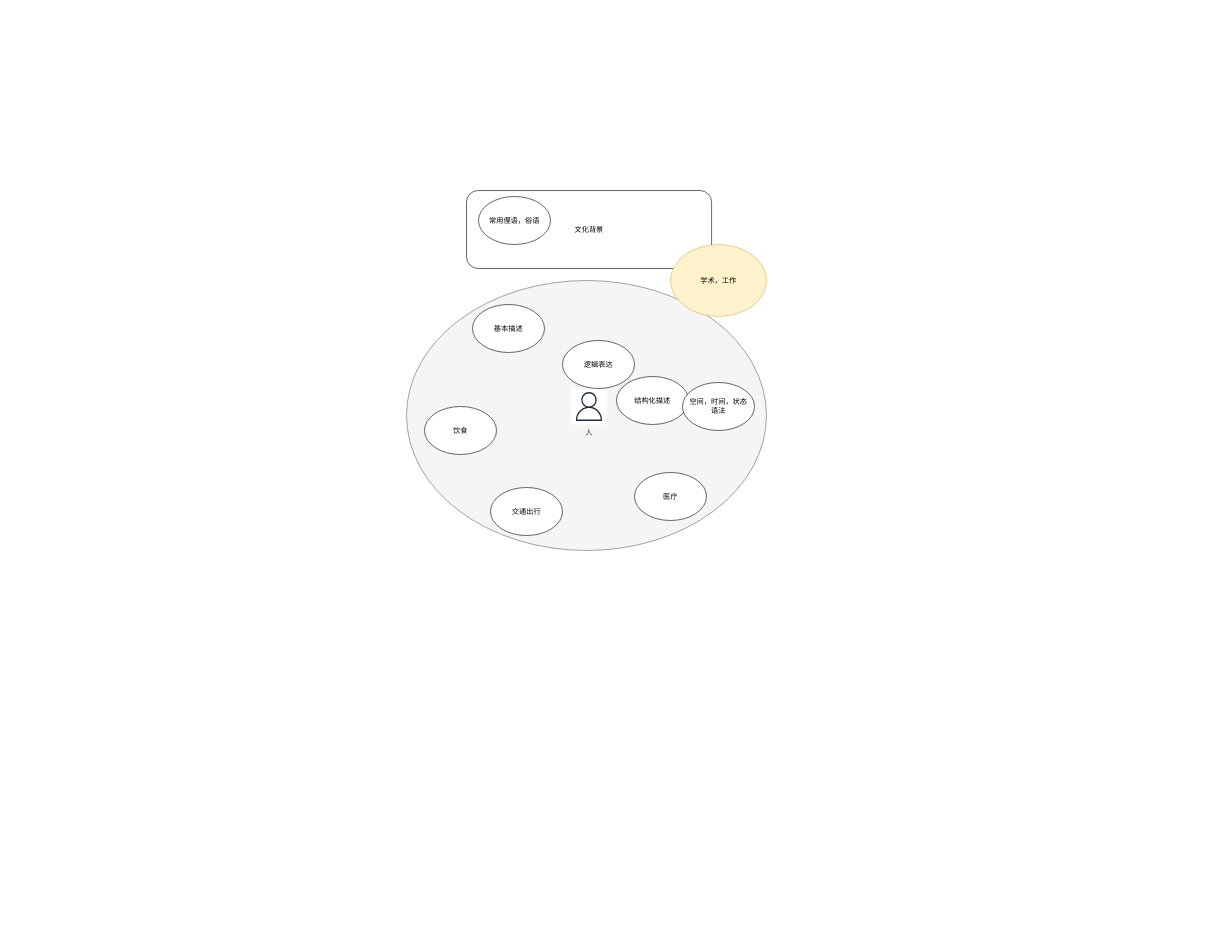
This is 英语学习方法.drawio from Amos-Pan-lei/diagram-repo, a draw.io file, before an edit. Source tidied: cells renumbered, new cells numbered last; positions are measured from the earlier drawing's top-left corner, leaving out a move shared by most shapes. Both pictures are drawn from the tidied source at 60%, with x=0, y=0 at pixel (406, 190).
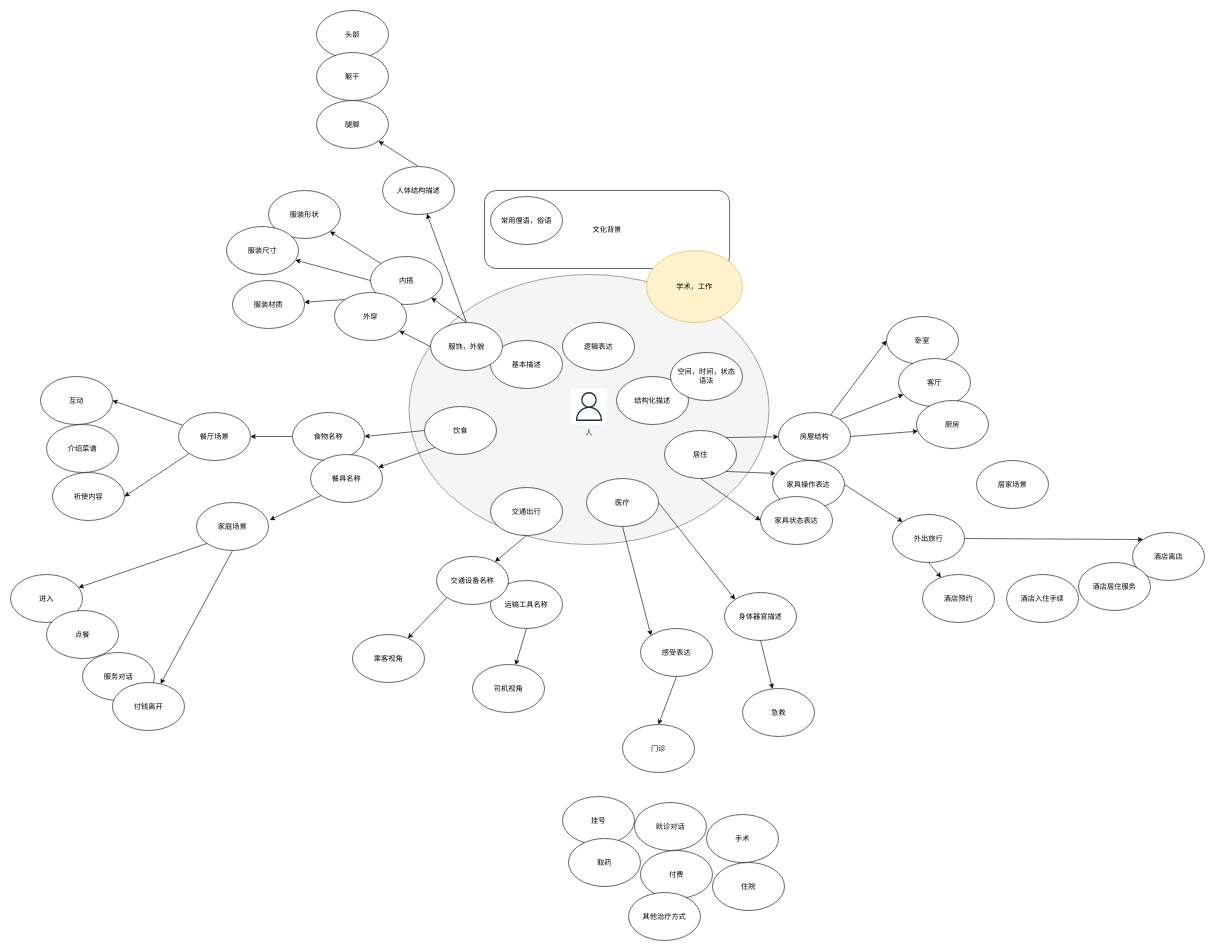
The same diagram, later.

Commit message:
更新英语学习方法.drawio

Unchanged cells that the change refers to:
```xml
<mxCell id="6" value="饮食" style="ellipse;whiteSpace=wrap;html=1;" parent="1" vertex="1">
  <mxGeometry x="30" y="360" width="120" height="80" as="geometry" />
</mxCell>
<mxCell id="7" value="交通出行" style="ellipse;whiteSpace=wrap;html=1;" parent="1" vertex="1">
  <mxGeometry x="140" y="495" width="120" height="80" as="geometry" />
</mxCell>
```

What changed in the source:
```diff
@@
     <mxCell id="2" style="ellipse;whiteSpace=wrap;html=1;fillColor=#f5f5f5;fontColor=#333333;strokeColor=#666666;" parent="1" vertex="1">
-      <mxGeometry y="150" width="600" height="450" as="geometry" />
+      <mxGeometry x="4.2" y="140" width="600" height="450" as="geometry" />
     </mxCell>
     <mxCell id="3" value="文化背景" style="rounded=1;whiteSpace=wrap;html=1;" parent="1" vertex="1">
-      <mxGeometry x="100" width="408.5" height="130" as="geometry" />
+      <mxGeometry x="130" width="408.5" height="130" as="geometry" />
     </mxCell>
@@
     <mxCell id="5" value="基本描述" style="ellipse;whiteSpace=wrap;html=1;" parent="1" vertex="1">
-      <mxGeometry x="110" y="190" width="120" height="80" as="geometry" />
+      <mxGeometry x="140" y="250" width="120" height="80" as="geometry" />
     </mxCell>
+    <mxCell id="14" style="edgeStyle=none;rounded=0;jettySize=auto;html=1;exitX=0;exitY=0.5;exitDx=0;exitDy=0;entryX=1;entryY=0.5;entryDx=0;entryDy=0;" parent="1" edge="1" source="6" target="31">
+      <mxGeometry relative="1" as="geometry" />
+    </mxCell>
+    <mxCell id="15" style="edgeStyle=none;rounded=0;jettySize=auto;html=1;exitX=0;exitY=1;exitDx=0;exitDy=0;" parent="1" edge="1" source="6" target="35">
+      <mxGeometry relative="1" as="geometry" />
+    </mxCell>
@@
+    <mxCell id="16" style="edgeStyle=none;rounded=0;jettySize=auto;html=1;exitX=0.5;exitY=1;exitDx=0;exitDy=0;" parent="1" edge="1" source="7" target="37">
+      <mxGeometry relative="1" as="geometry" />
+    </mxCell>
@@
+    <mxCell id="17" style="edgeStyle=none;rounded=0;jettySize=auto;html=1;exitX=0.5;exitY=1;exitDx=0;exitDy=0;entryX=0;entryY=0;entryDx=0;entryDy=0;" parent="1" edge="1" source="8" target="22">
+      <mxGeometry relative="1" as="geometry" />
+    </mxCell>
+    <mxCell id="18" style="edgeStyle=none;rounded=0;jettySize=auto;html=1;exitX=1;exitY=0.5;exitDx=0;exitDy=0;entryX=0;entryY=0;entryDx=0;entryDy=0;" parent="1" edge="1" source="8" target="20">
+      <mxGeometry relative="1" as="geometry" />
+    </mxCell>
     <mxCell id="8" value="医疗" style="ellipse;whiteSpace=wrap;html=1;" parent="1" vertex="1">
-      <mxGeometry x="380" y="470" width="120" height="80" as="geometry" />
+      <mxGeometry x="300" y="480" width="120" height="80" as="geometry" />
     </mxCell>
@@
     <mxCell id="10" value="逻辑表达" style="ellipse;whiteSpace=wrap;html=1;" parent="1" vertex="1">
-      <mxGeometry x="260" y="250" width="120" height="80" as="geometry" />
+      <mxGeometry x="260" y="220" width="120" height="80" as="geometry" />
     </mxCell>
     <mxCell id="11" value="常用俚语，俗语" style="ellipse;whiteSpace=wrap;html=1;" parent="1" vertex="1">
-      <mxGeometry x="120" y="10" width="120" height="80" as="geometry" />
+      <mxGeometry x="140" y="10" width="120" height="80" as="geometry" />
     </mxCell>
     <mxCell id="12" value="学术，工作" style="ellipse;whiteSpace=wrap;html=1;fillColor=#fff2cc;strokeColor=#d6b656;" parent="1" vertex="1">
-      <mxGeometry x="440" y="90" width="160" height="120" as="geometry" />
+      <mxGeometry x="400" y="100" width="160" height="120" as="geometry" />
     </mxCell>
     <mxCell id="13" value="空间，时间，状态&lt;br&gt;语法" style="ellipse;whiteSpace=wrap;html=1;" parent="1" vertex="1">
-      <mxGeometry x="460" y="320" width="120" height="80" as="geometry" />
+      <mxGeometry x="440" y="270" width="120" height="80" as="geometry" />
     </mxCell>
+    <mxCell id="19" style="edgeStyle=none;rounded=0;jettySize=auto;html=1;exitX=0.5;exitY=1;exitDx=0;exitDy=0;" parent="1" edge="1" source="20" target="83">
+      <mxGeometry relative="1" as="geometry" />
+    </mxCell>
+    <mxCell id="20" value="身体器官描述" style="ellipse;whiteSpace=wrap;html=1;" parent="1" vertex="1">
+      <mxGeometry x="530" y="670" width="120" height="80" as="geometry" />
+    </mxCell>
+    <mxCell id="21" style="edgeStyle=none;rounded=0;jettySize=auto;html=1;exitX=0.5;exitY=1;exitDx=0;exitDy=0;entryX=0.5;entryY=0;entryDx=0;entryDy=0;" parent="1" edge="1" source="22" target="82">
+      <mxGeometry relative="1" as="geometry" />
+    </mxCell>
+    <mxCell id="22" value="感受表达" style="ellipse;whiteSpace=wrap;html=1;" parent="1" vertex="1">
+      <mxGeometry x="390" y="730" width="120" height="80" as="geometry" />
+    </mxCell>
+    <mxCell id="23" style="edgeStyle=none;rounded=0;jettySize=auto;html=1;exitX=0.5;exitY=1;exitDx=0;exitDy=0;" parent="1" edge="1" source="24" target="26">
+      <mxGeometry relative="1" as="geometry" />
+    </mxCell>
+    <mxCell id="24" value="运输工具名称" style="ellipse;whiteSpace=wrap;html=1;" parent="1" vertex="1">
+      <mxGeometry x="140" y="650" width="120" height="80" as="geometry" />
+    </mxCell>
+    <mxCell id="25" value="乘客视角" style="ellipse;whiteSpace=wrap;html=1;" parent="1" vertex="1">
+      <mxGeometry x="-90" y="740" width="120" height="80" as="geometry" />
+    </mxCell>
+    <mxCell id="26" value="司机视角" style="ellipse;whiteSpace=wrap;html=1;" parent="1" vertex="1">
+      <mxGeometry x="110" y="790" width="120" height="80" as="geometry" />
+    </mxCell>
+    <mxCell id="27" style="edgeStyle=none;rounded=0;jettySize=auto;html=1;entryX=1;entryY=0.5;entryDx=0;entryDy=0;" parent="1" edge="1" source="29" target="61">
+      <mxGeometry relative="1" as="geometry" />
+    </mxCell>
+    <mxCell id="28" style="edgeStyle=none;rounded=0;jettySize=auto;html=1;exitX=0;exitY=1;exitDx=0;exitDy=0;entryX=1;entryY=0.5;entryDx=0;entryDy=0;" parent="1" edge="1" source="29" target="63">
+      <mxGeometry relative="1" as="geometry" />
+    </mxCell>
+    <mxCell id="29" value="餐厅场景" style="ellipse;whiteSpace=wrap;html=1;" parent="1" vertex="1">
+      <mxGeometry x="-380" y="370" width="120" height="80" as="geometry" />
+    </mxCell>
+    <mxCell id="30" style="edgeStyle=none;rounded=0;jettySize=auto;html=1;exitX=0;exitY=0.5;exitDx=0;exitDy=0;" parent="1" edge="1" source="31" target="29">
+      <mxGeometry relative="1" as="geometry" />
+    </mxCell>
+    <mxCell id="31" value="食物名称" style="ellipse;whiteSpace=wrap;html=1;" parent="1" vertex="1">
+      <mxGeometry x="-190" y="370" width="120" height="80" as="geometry" />
+    </mxCell>
+    <mxCell id="32" style="edgeStyle=none;rounded=0;jettySize=auto;html=1;exitX=0;exitY=1;exitDx=0;exitDy=0;" parent="1" edge="1" source="34" target="57">
+      <mxGeometry relative="1" as="geometry" />
+    </mxCell>
+    <mxCell id="33" style="edgeStyle=none;rounded=0;jettySize=auto;html=1;exitX=0.5;exitY=1;exitDx=0;exitDy=0;" parent="1" edge="1" source="34" target="60">
+      <mxGeometry relative="1" as="geometry" />
+    </mxCell>
+    <mxCell id="34" value="家庭场景" style="ellipse;whiteSpace=wrap;html=1;" parent="1" vertex="1">
+      <mxGeometry x="-350" y="520" width="120" height="80" as="geometry" />
+    </mxCell>
+    <mxCell id="35" value="餐具名称" style="ellipse;whiteSpace=wrap;html=1;" parent="1" vertex="1">
+      <mxGeometry x="-160" y="440" width="120" height="80" as="geometry" />
+    </mxCell>
+    <mxCell id="36" style="edgeStyle=none;rounded=0;jettySize=auto;html=1;exitX=0;exitY=1;exitDx=0;exitDy=0;" parent="1" edge="1" source="37" target="25">
+      <mxGeometry relative="1" as="geometry" />
+    </mxCell>
+    <mxCell id="37" value="交通设备名称" style="ellipse;whiteSpace=wrap;html=1;" parent="1" vertex="1">
+      <mxGeometry x="50" y="610" width="120" height="80" as="geometry" />
+    </mxCell>
+    <mxCell id="38" style="edgeStyle=none;rounded=0;orthogonalLoop=1;jettySize=auto;html=1;exitX=1;exitY=1;exitDx=0;exitDy=0;" parent="1" edge="1" source="24" target="24">
+      <mxGeometry relative="1" as="geometry" />
+    </mxCell>
+    <mxCell id="39" style="edgeStyle=none;rounded=0;jettySize=auto;html=1;exitX=0.5;exitY=0;exitDx=0;exitDy=0;" parent="1" edge="1" source="42" target="44">
+      <mxGeometry relative="1" as="geometry" />
+    </mxCell>
+    <mxCell id="40" style="edgeStyle=none;rounded=0;jettySize=auto;html=1;exitX=0;exitY=0.5;exitDx=0;exitDy=0;" parent="1" edge="1" source="42" target="46">
+      <mxGeometry relative="1" as="geometry" />
+    </mxCell>
+    <mxCell id="41" style="edgeStyle=none;rounded=0;jettySize=auto;html=1;exitX=0.5;exitY=0;exitDx=0;exitDy=0;" parent="1" edge="1" source="42" target="52">
+      <mxGeometry relative="1" as="geometry" />
+    </mxCell>
+    <mxCell id="42" value="服饰，外貌" style="ellipse;whiteSpace=wrap;html=1;" parent="1" vertex="1">
+      <mxGeometry x="40" y="220" width="120" height="80" as="geometry" />
+    </mxCell>
+    <mxCell id="43" style="edgeStyle=none;rounded=0;jettySize=auto;html=1;exitX=0;exitY=0;exitDx=0;exitDy=0;entryX=1;entryY=1;entryDx=0;entryDy=0;" parent="1" edge="1" source="44" target="47">
+      <mxGeometry relative="1" as="geometry" />
+    </mxCell>
+    <mxCell id="44" value="内搭" style="ellipse;whiteSpace=wrap;html=1;" parent="1" vertex="1">
+      <mxGeometry x="-60" y="110" width="120" height="80" as="geometry" />
+    </mxCell>
+    <mxCell id="45" style="edgeStyle=none;rounded=0;jettySize=auto;html=1;exitX=0;exitY=0;exitDx=0;exitDy=0;" parent="1" edge="1" source="46" target="48">
+      <mxGeometry relative="1" as="geometry" />
+    </mxCell>
+    <mxCell id="46" value="外穿" style="ellipse;whiteSpace=wrap;html=1;" parent="1" vertex="1">
+      <mxGeometry x="-120" y="170" width="120" height="80" as="geometry" />
+    </mxCell>
+    <mxCell id="47" value="服装形状" style="ellipse;whiteSpace=wrap;html=1;" parent="1" vertex="1">
+      <mxGeometry x="-230" width="120" height="80" as="geometry" />
+    </mxCell>
+    <mxCell id="48" value="服装材质" style="ellipse;whiteSpace=wrap;html=1;" parent="1" vertex="1">
+      <mxGeometry x="-290" y="150" width="120" height="80" as="geometry" />
+    </mxCell>
+    <mxCell id="49" value="服装尺寸" style="ellipse;whiteSpace=wrap;html=1;" parent="1" vertex="1">
+      <mxGeometry x="-300" y="60" width="120" height="80" as="geometry" />
+    </mxCell>
+    <mxCell id="50" style="edgeStyle=none;rounded=0;jettySize=auto;html=1;exitX=0;exitY=0.5;exitDx=0;exitDy=0;entryX=0.955;entryY=0.698;entryDx=0;entryDy=0;entryPerimeter=0;" parent="1" edge="1" source="44" target="49">
+      <mxGeometry relative="1" as="geometry" />
+    </mxCell>
+    <mxCell id="51" style="edgeStyle=none;rounded=0;jettySize=auto;html=1;exitX=0.5;exitY=0;exitDx=0;exitDy=0;" parent="1" edge="1" source="52" target="55">
+      <mxGeometry relative="1" as="geometry" />
+    </mxCell>
+    <mxCell id="52" value="人体结构描述" style="ellipse;whiteSpace=wrap;html=1;" parent="1" vertex="1">
+      <mxGeometry x="-40" y="-40" width="120" height="80" as="geometry" />
+    </mxCell>
+    <mxCell id="53" value="头部" style="ellipse;whiteSpace=wrap;html=1;" parent="1" vertex="1">
+      <mxGeometry x="-150" y="-300" width="120" height="80" as="geometry" />
+    </mxCell>
+    <mxCell id="54" value="躯干" style="ellipse;whiteSpace=wrap;html=1;" parent="1" vertex="1">
+      <mxGeometry x="-150" y="-230" width="120" height="80" as="geometry" />
+    </mxCell>
+    <mxCell id="55" value="腿脚" style="ellipse;whiteSpace=wrap;html=1;" parent="1" vertex="1">
+      <mxGeometry x="-150" y="-150" width="120" height="80" as="geometry" />
+    </mxCell>
+    <mxCell id="56" style="edgeStyle=none;rounded=0;jettySize=auto;html=1;exitX=0;exitY=1;exitDx=0;exitDy=0;entryX=1.019;entryY=0.363;entryDx=0;entryDy=0;entryPerimeter=0;" parent="1" edge="1" source="35" target="34">
+      <mxGeometry relative="1" as="geometry" />
+    </mxCell>
+    <mxCell id="57" value="进入" style="ellipse;whiteSpace=wrap;html=1;" parent="1" vertex="1">
+      <mxGeometry x="-660" y="640" width="120" height="80" as="geometry" />
+    </mxCell>
+    <mxCell id="58" value="点餐" style="ellipse;whiteSpace=wrap;html=1;" parent="1" vertex="1">
+      <mxGeometry x="-600" y="700" width="120" height="80" as="geometry" />
+    </mxCell>
+    <mxCell id="59" value="服务对话" style="ellipse;whiteSpace=wrap;html=1;" parent="1" vertex="1">
+      <mxGeometry x="-540" y="770" width="120" height="80" as="geometry" />
+    </mxCell>
+    <mxCell id="60" value="付钱离开" style="ellipse;whiteSpace=wrap;html=1;" parent="1" vertex="1">
+      <mxGeometry x="-490" y="820" width="120" height="80" as="geometry" />
+    </mxCell>
+    <mxCell id="61" value="互动" style="ellipse;whiteSpace=wrap;html=1;" parent="1" vertex="1">
+      <mxGeometry x="-610" y="310" width="120" height="80" as="geometry" />
+    </mxCell>
+    <mxCell id="62" value="介绍菜谱" style="ellipse;whiteSpace=wrap;html=1;" parent="1" vertex="1">
+      <mxGeometry x="-600" y="390" width="120" height="80" as="geometry" />
+    </mxCell>
+    <mxCell id="63" value="祈使内容" style="ellipse;whiteSpace=wrap;html=1;" parent="1" vertex="1">
+      <mxGeometry x="-590" y="470" width="120" height="80" as="geometry" />
+    </mxCell>
+    <mxCell id="64" style="edgeStyle=none;rounded=0;jettySize=auto;html=1;exitX=1;exitY=0;exitDx=0;exitDy=0;" parent="1" edge="1" source="66" target="69">
+      <mxGeometry relative="1" as="geometry" />
+    </mxCell>
+    <mxCell id="65" style="edgeStyle=none;rounded=0;jettySize=auto;html=1;exitX=0.5;exitY=1;exitDx=0;exitDy=0;entryX=0;entryY=0.5;entryDx=0;entryDy=0;" parent="1" edge="1" source="66" target="81">
+      <mxGeometry relative="1" as="geometry" />
+    </mxCell>
+    <mxCell id="66" value="居住" style="ellipse;whiteSpace=wrap;html=1;" parent="1" vertex="1">
+      <mxGeometry x="430" y="400" width="120" height="80" as="geometry" />
+    </mxCell>
+    <mxCell id="67" style="edgeStyle=none;rounded=0;jettySize=auto;html=1;entryX=0;entryY=0.5;entryDx=0;entryDy=0;" parent="1" edge="1" source="69" target="91">
+      <mxGeometry relative="1" as="geometry" />
+    </mxCell>
+    <mxCell id="68" style="edgeStyle=none;rounded=0;jettySize=auto;html=1;exitX=1;exitY=0;exitDx=0;exitDy=0;" parent="1" edge="1" source="69" target="92">
+      <mxGeometry relative="1" as="geometry" />
+    </mxCell>
+    <mxCell id="69" value="房屋结构" style="ellipse;whiteSpace=wrap;html=1;" parent="1" vertex="1">
+      <mxGeometry x="620" y="370" width="120" height="80" as="geometry" />
+    </mxCell>
+    <mxCell id="70" style="edgeStyle=none;rounded=0;jettySize=auto;html=1;exitX=1;exitY=0.5;exitDx=0;exitDy=0;" parent="1" edge="1" source="71" target="76">
+      <mxGeometry relative="1" as="geometry" />
+    </mxCell>
+    <mxCell id="71" value="家具操作表达" style="ellipse;whiteSpace=wrap;html=1;" parent="1" vertex="1">
+      <mxGeometry x="610" y="450" width="120" height="80" as="geometry" />
+    </mxCell>
+    <mxCell id="72" style="edgeStyle=none;rounded=0;jettySize=auto;html=1;exitX=1;exitY=1;exitDx=0;exitDy=0;entryX=0.043;entryY=0.269;entryDx=0;entryDy=0;entryPerimeter=0;" parent="1" edge="1" source="66" target="71">
+      <mxGeometry relative="1" as="geometry" />
+    </mxCell>
+    <mxCell id="73" value="居家场景" style="ellipse;whiteSpace=wrap;html=1;" parent="1" vertex="1">
+      <mxGeometry x="950" y="450" width="120" height="80" as="geometry" />
+    </mxCell>
+    <mxCell id="74" style="edgeStyle=none;rounded=0;jettySize=auto;html=1;exitX=0.5;exitY=1;exitDx=0;exitDy=0;" parent="1" edge="1" source="76" target="77">
+      <mxGeometry relative="1" as="geometry" />
+    </mxCell>
+    <mxCell id="75" style="edgeStyle=none;rounded=0;jettySize=auto;html=1;exitX=1;exitY=0.5;exitDx=0;exitDy=0;entryX=0;entryY=0;entryDx=0;entryDy=0;" parent="1" edge="1" source="76" target="78">
+      <mxGeometry relative="1" as="geometry" />
+    </mxCell>
+    <mxCell id="76" value="外出旅行" style="ellipse;whiteSpace=wrap;html=1;" parent="1" vertex="1">
+      <mxGeometry x="810" y="540" width="120" height="80" as="geometry" />
+    </mxCell>
+    <mxCell id="77" value="酒店预约" style="ellipse;whiteSpace=wrap;html=1;" parent="1" vertex="1">
+      <mxGeometry x="860" y="640" width="120" height="80" as="geometry" />
+    </mxCell>
+    <mxCell id="78" value="酒店离店" style="ellipse;whiteSpace=wrap;html=1;" parent="1" vertex="1">
+      <mxGeometry x="1210" y="570" width="120" height="80" as="geometry" />
+    </mxCell>
+    <mxCell id="79" value="酒店入住手续" style="ellipse;whiteSpace=wrap;html=1;" parent="1" vertex="1">
+      <mxGeometry x="1000" y="640" width="120" height="80" as="geometry" />
+    </mxCell>
+    <mxCell id="80" value="酒店居住服务" style="ellipse;whiteSpace=wrap;html=1;" parent="1" vertex="1">
+      <mxGeometry x="1120" y="620" width="120" height="80" as="geometry" />
+    </mxCell>
+    <mxCell id="81" value="家具状态表达" style="ellipse;whiteSpace=wrap;html=1;" parent="1" vertex="1">
+      <mxGeometry x="590" y="510" width="120" height="80" as="geometry" />
+    </mxCell>
+    <mxCell id="82" value="门诊" style="ellipse;whiteSpace=wrap;html=1;" parent="1" vertex="1">
+      <mxGeometry x="360" y="890" width="120" height="80" as="geometry" />
+    </mxCell>
+    <mxCell id="83" value="急救" style="ellipse;whiteSpace=wrap;html=1;" parent="1" vertex="1">
+      <mxGeometry x="560" y="830" width="120" height="80" as="geometry" />
+    </mxCell>
+    <mxCell id="84" value="挂号" style="ellipse;whiteSpace=wrap;html=1;" parent="1" vertex="1">
+      <mxGeometry x="260" y="1010" width="120" height="80" as="geometry" />
+    </mxCell>
+    <mxCell id="85" value="就诊对话" style="ellipse;whiteSpace=wrap;html=1;" parent="1" vertex="1">
+      <mxGeometry x="380" y="1020" width="120" height="80" as="geometry" />
+    </mxCell>
+    <mxCell id="86" value="取药" style="ellipse;whiteSpace=wrap;html=1;" parent="1" vertex="1">
+      <mxGeometry x="270" y="1080" width="120" height="80" as="geometry" />
+    </mxCell>
+    <mxCell id="87" value="付费" style="ellipse;whiteSpace=wrap;html=1;" parent="1" vertex="1">
+      <mxGeometry x="390" y="1100" width="120" height="80" as="geometry" />
+    </mxCell>
+    <mxCell id="88" value="手术" style="ellipse;whiteSpace=wrap;html=1;" parent="1" vertex="1">
+      <mxGeometry x="500" y="1040" width="120" height="80" as="geometry" />
+    </mxCell>
+    <mxCell id="89" value="住院" style="ellipse;whiteSpace=wrap;html=1;" parent="1" vertex="1">
+      <mxGeometry x="510" y="1120" width="120" height="80" as="geometry" />
+    </mxCell>
+    <mxCell id="90" value="其他治疗方式" style="ellipse;whiteSpace=wrap;html=1;" parent="1" vertex="1">
+      <mxGeometry x="370" y="1170" width="120" height="80" as="geometry" />
+    </mxCell>
+    <mxCell id="91" value="卧室" style="ellipse;whiteSpace=wrap;html=1;" parent="1" vertex="1">
+      <mxGeometry x="800" y="210" width="120" height="80" as="geometry" />
+    </mxCell>
+    <mxCell id="92" value="客厅" style="ellipse;whiteSpace=wrap;html=1;" parent="1" vertex="1">
+      <mxGeometry x="820" y="280" width="120" height="80" as="geometry" />
+    </mxCell>
+    <mxCell id="93" value="厨房" style="ellipse;whiteSpace=wrap;html=1;" parent="1" vertex="1">
+      <mxGeometry x="850" y="350" width="120" height="80" as="geometry" />
+    </mxCell>
+    <mxCell id="94" style="edgeStyle=none;rounded=0;jettySize=auto;html=1;exitX=1;exitY=0.5;exitDx=0;exitDy=0;entryX=0.02;entryY=0.639;entryDx=0;entryDy=0;entryPerimeter=0;" parent="1" edge="1" source="69" target="93">
+      <mxGeometry relative="1" as="geometry" />
+    </mxCell>
```
